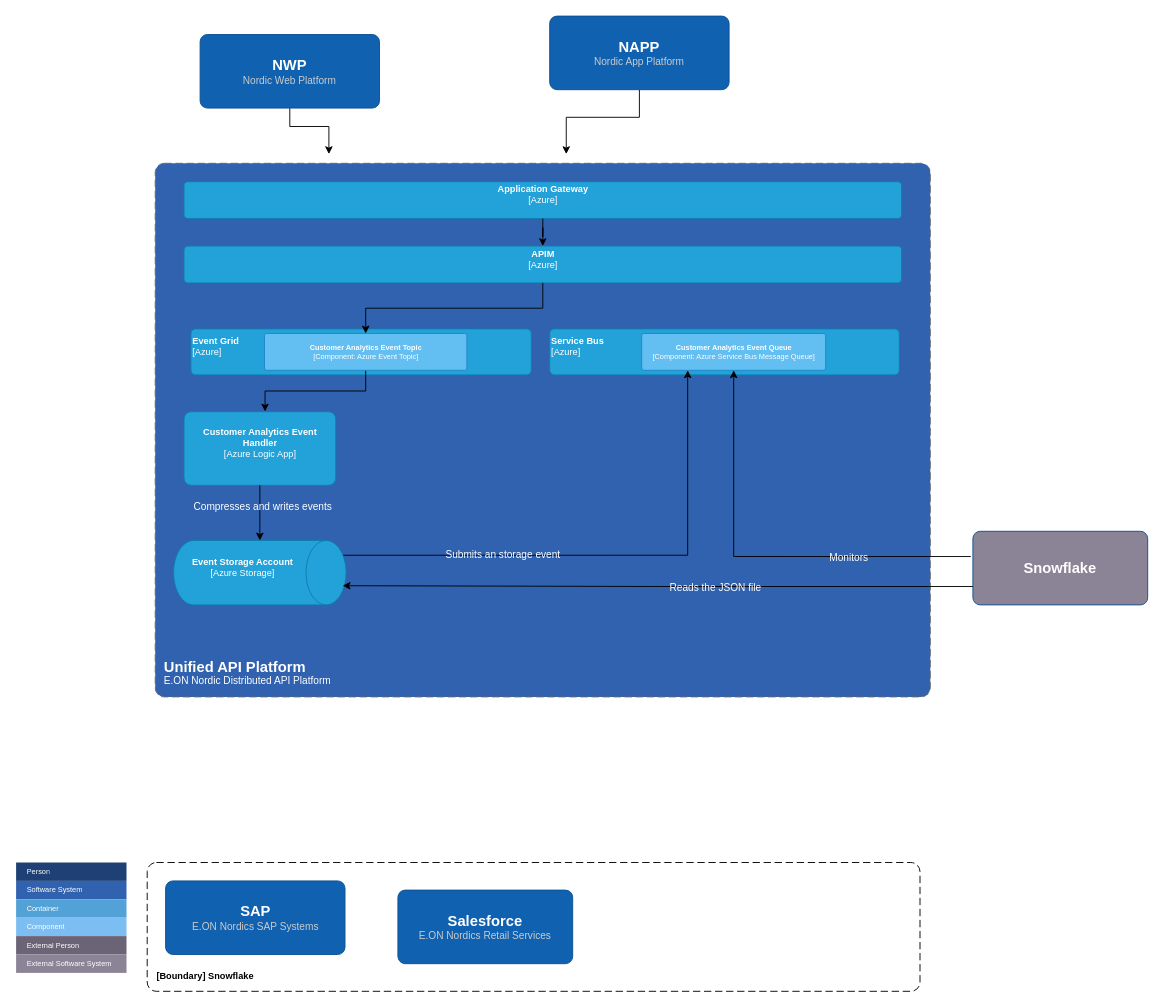
alihaddadi/eon-project-one-diagrams keeps this draw.io diagram as c4/container_customer_analytics.drawio. Above is the earlier version. Source tidied: cells renumbered, new cells numbered last; positions are measured from the earlier drawing's top-left corner, leaving out a move shared by most shapes. Both pictures are drawn from the tidied source at 92%, with x=0, y=0 at pixel (16, 16).
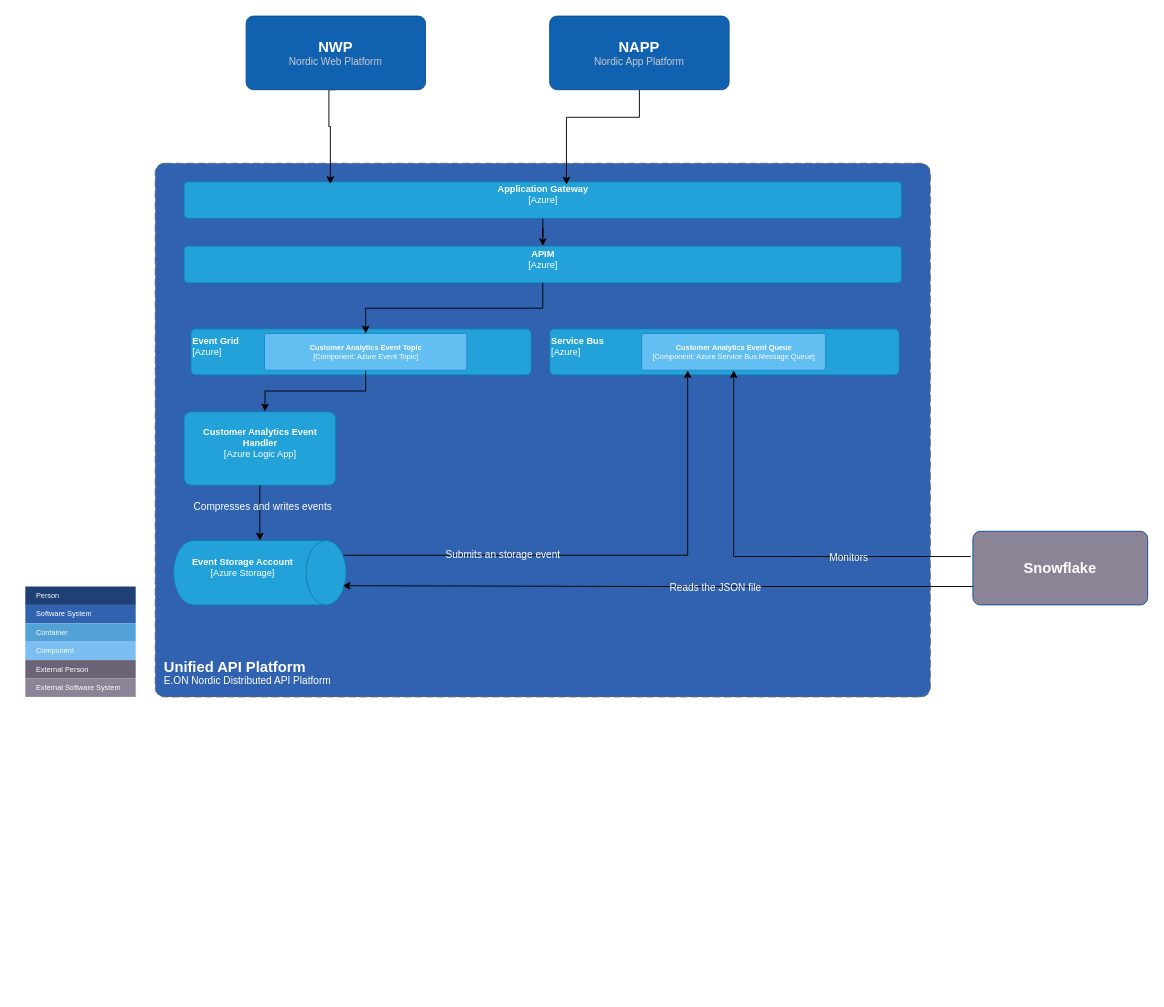
Above is the later version.

Commit message:
removed unneccessary backend systems

Unchanged cells that the change refers to:
```xml
<object id="8" label="&lt;font&gt;&lt;b&gt;%c4Name%&lt;/b&gt;&lt;/font&gt;&lt;div&gt;[%c4Technology%]&lt;/div&gt;&lt;br&gt;&lt;div&gt;&lt;font&gt;&lt;font color=&quot;#E6E6E6&quot;&gt;%c4Description%&lt;/font&gt;&lt;/font&gt;&lt;/div&gt;" c4Description="" c4Name="Application Gateway" c4Technology="Azure" placeholders="1">
  <mxCell style="rounded=1;whiteSpace=wrap;html=1;fontSize=10;labelBackgroundColor=none;fillColor=#23A2D9;fontColor=#ffffff;align=center;arcSize=10;strokeColor=#0E7DAD;points=[[0.25,0,0],[0.5,0,0],[0.75,0,0],[1,0.25,0],[1,0.5,0],[1,0.75,0],[0.75,1,0],[0.5,1,0],[0.25,1,0],[0,0.75,0],[0,0.5,0],[0,0.25,0]];" parent="1" vertex="1">
    <mxGeometry x="182.5" y="180" width="780" height="40" as="geometry" />
  </mxCell>
</object>
<object id="26" label="&lt;font style=&quot;font-size: 16px&quot;&gt;&lt;b&gt;%c4Name%&lt;/b&gt;&lt;/font&gt;&lt;br&gt;&lt;div&gt;&lt;font style=&quot;font-size: 11px&quot;&gt;&lt;font color=&quot;#cccccc&quot;&gt;%c4Description%&lt;/font&gt;&lt;/div&gt;" c4Description="Nordic App Platform" c4Name="NAPP" placeholders="1">
  <mxCell style="rounded=1;whiteSpace=wrap;html=1;labelBackgroundColor=none;fillColor=#1061B0;fontColor=#ffffff;align=center;arcSize=10;strokeColor=#0D5091;points=[[0.25,0,0],[0.5,0,0],[0.75,0,0],[1,0.25,0],[1,0.5,0],[1,0.75,0],[0.75,1,0],[0.5,1,0],[0.25,1,0],[0,0.75,0],[0,0.5,0],[0,0.25,0]];" parent="1" vertex="1">
    <mxGeometry x="580" width="195" height="80" as="geometry" />
  </mxCell>
</object>
```

Change to the diagram source:
```diff
@@
-    <object id="4" label="&lt;font style=&quot;font-size: 16px&quot;&gt;&lt;b&gt;%c4Name%&lt;/b&gt;&lt;/font&gt;&lt;br&gt;&lt;div&gt;&lt;font style=&quot;font-size: 11px&quot;&gt;&lt;font color=&quot;#cccccc&quot;&gt;%c4Description%&lt;/font&gt;&lt;/div&gt;" c4Description="E.ON Nordics SAP Systems" c4Name="SAP" placeholders="1">
-      <mxCell style="rounded=1;whiteSpace=wrap;html=1;labelBackgroundColor=none;fillColor=#1061B0;fontColor=#ffffff;align=center;arcSize=10;strokeColor=#0D5091;" parent="1" vertex="1">
-        <mxGeometry x="162.5" y="940" width="195" height="80" as="geometry" />
-      </mxCell>
-    </object>
-    <object id="5" label="&lt;font&gt;&lt;b&gt;&lt;div style=&quot;text-align: left&quot;&gt;[%c4Application%] %c4Name%&lt;/div&gt;&lt;/b&gt;&lt;/font&gt;" c4Application="Boundary" c4Name="Snowflake" placeholders="1">
-      <mxCell style="rounded=1;fontSize=10;whiteSpace=wrap;html=1;dashed=1;arcSize=20;fillColor=none;strokeColor=#000000;fontColor=#000000;labelBackgroundColor=none;align=left;verticalAlign=bottom;labelBorderColor=none;spacingTop=0;spacing=10;dashPattern=8 4;perimeter=rectanglePerimeter;labelPadding=0;absoluteArcSize=1;" parent="1" vertex="1">
-        <mxGeometry x="142.5" y="920" width="840" height="140" as="geometry" />
-      </mxCell>
-    </object>
-    <object id="6" label="&lt;font style=&quot;font-size: 16px&quot;&gt;&lt;b&gt;%c4Name%&lt;/b&gt;&lt;/font&gt;&lt;br&gt;&lt;div&gt;&lt;font style=&quot;font-size: 11px&quot;&gt;&lt;font color=&quot;#cccccc&quot;&gt;%c4Description%&lt;/font&gt;&lt;/div&gt;" c4Description="E.ON Nordics Retail Services" c4Name="Salesforce" placeholders="1">
-      <mxCell style="rounded=1;whiteSpace=wrap;html=1;labelBackgroundColor=none;fillColor=#1061B0;fontColor=#ffffff;align=center;arcSize=10;strokeColor=#0D5091;" parent="1" vertex="1">
-        <mxGeometry x="415" y="950" width="190" height="80" as="geometry" />
-      </mxCell>
-    </object>
@@
     <mxCell id="11" style="shape=tableRow;horizontal=0;startSize=0;swimlaneHead=0;swimlaneBody=0;strokeColor=inherit;top=0;left=0;bottom=0;right=0;fillColor=none;fontSize=8;swimlaneFillColor=none;" parent="1" vertex="1">
-      <mxGeometry y="920" width="120" height="20" as="geometry" />
+      <mxGeometry x="10" y="620" width="120" height="20" as="geometry" />
     </mxCell>
@@
     <mxCell id="13" style="shape=tableRow;horizontal=0;startSize=0;swimlaneHead=0;swimlaneBody=0;strokeColor=inherit;top=0;left=0;bottom=0;right=0;fillColor=none;fontSize=8;swimlaneFillColor=none;" parent="1" vertex="1">
-      <mxGeometry y="940" width="120" height="20" as="geometry" />
+      <mxGeometry x="10" y="640" width="120" height="20" as="geometry" />
     </mxCell>
@@
     <mxCell id="15" style="shape=tableRow;horizontal=0;startSize=0;swimlaneHead=0;swimlaneBody=0;strokeColor=inherit;top=0;left=0;bottom=0;right=0;fillColor=none;fontSize=8;swimlaneFillColor=none;" parent="1" vertex="1">
-      <mxGeometry y="960" width="120" height="20" as="geometry" />
+      <mxGeometry x="10" y="660" width="120" height="20" as="geometry" />
     </mxCell>
@@
     <mxCell id="17" style="shape=tableRow;horizontal=0;startSize=0;swimlaneHead=0;swimlaneBody=0;strokeColor=inherit;top=0;left=0;bottom=0;right=0;fillColor=none;fontSize=8;swimlaneFillColor=none;" parent="1" vertex="1">
-      <mxGeometry y="980" width="120" height="20" as="geometry" />
+      <mxGeometry x="10" y="680" width="120" height="20" as="geometry" />
     </mxCell>
@@
     <mxCell id="19" style="shape=tableRow;horizontal=0;startSize=0;swimlaneHead=0;swimlaneBody=0;strokeColor=inherit;top=0;left=0;bottom=0;right=0;fillColor=none;fontSize=8;swimlaneFillColor=none;" parent="1" vertex="1">
-      <mxGeometry y="1000" width="120" height="20" as="geometry" />
+      <mxGeometry x="10" y="700" width="120" height="20" as="geometry" />
     </mxCell>
@@
     <mxCell id="21" style="shape=tableRow;horizontal=0;startSize=0;swimlaneHead=0;swimlaneBody=0;strokeColor=inherit;top=0;left=0;bottom=0;right=0;fillColor=none;fontSize=8;swimlaneFillColor=none;" parent="1" vertex="1">
-      <mxGeometry y="1020" width="120" height="20" as="geometry" />
+      <mxGeometry x="10" y="720" width="120" height="20" as="geometry" />
     </mxCell>
@@
-    <mxCell id="23" style="edgeStyle=orthogonalEdgeStyle;rounded=0;jettySize=auto;html=1;exitX=0.5;exitY=1;exitDx=0;exitDy=0;exitPerimeter=0;" parent="1" edge="1" source="24">
+    <mxCell id="23" style="edgeStyle=orthogonalEdgeStyle;rounded=0;jettySize=auto;html=1;exitX=0.5;exitY=1;exitDx=0;exitDy=0;exitPerimeter=0;entryX=0.204;entryY=0.065;entryDx=0;entryDy=0;entryPerimeter=0;" parent="1" edge="1" source="24" target="8">
       <mxGeometry relative="1" as="geometry">
-        <mxPoint x="340" y="150" as="targetPoint" />
         <Array as="points">
-          <mxPoint x="298" y="120" />
+          <mxPoint x="340" y="80" />
           <mxPoint x="340" y="120" />
+          <mxPoint x="342" y="120" />
         </Array>
       </mxGeometry>
     </mxCell>
     <object id="24" label="&lt;font style=&quot;font-size: 16px&quot;&gt;&lt;b&gt;%c4Name%&lt;/b&gt;&lt;/font&gt;&lt;br&gt;&lt;div&gt;&lt;font style=&quot;font-size: 11px&quot;&gt;&lt;font color=&quot;#cccccc&quot;&gt;%c4Description%&lt;/font&gt;&lt;/div&gt;" c4Description="Nordic Web Platform" c4Name="NWP" placeholders="1">
       <mxCell style="rounded=1;whiteSpace=wrap;html=1;labelBackgroundColor=none;fillColor=#1061B0;fontColor=#ffffff;align=center;arcSize=10;strokeColor=#0D5091;points=[[0.25,0,0],[0.5,0,0],[0.75,0,0],[1,0.25,0],[1,0.5,0],[1,0.75,0],[0.75,1,0],[0.5,1,0],[0.25,1,0],[0,0.75,0],[0,0.5,0],[0,0.25,0]];" parent="1" vertex="1">
-        <mxGeometry x="200" y="20" width="195" height="80" as="geometry" />
+        <mxGeometry x="250" width="195" height="80" as="geometry" />
       </mxCell>
     </object>
-    <mxCell id="25" style="edgeStyle=orthogonalEdgeStyle;rounded=0;jettySize=auto;html=1;" parent="1" edge="1" source="26">
+    <mxCell id="25" style="edgeStyle=orthogonalEdgeStyle;rounded=0;jettySize=auto;html=1;entryX=0.533;entryY=0.082;entryDx=0;entryDy=0;entryPerimeter=0;" parent="1" edge="1" source="26" target="8">
       <mxGeometry relative="1" as="geometry">
-        <mxPoint x="598" y="150" as="targetPoint" />
         <Array as="points">
           <mxPoint x="678" y="110" />
           <mxPoint x="598" y="110" />
         </Array>
       </mxGeometry>
     </mxCell>
```
